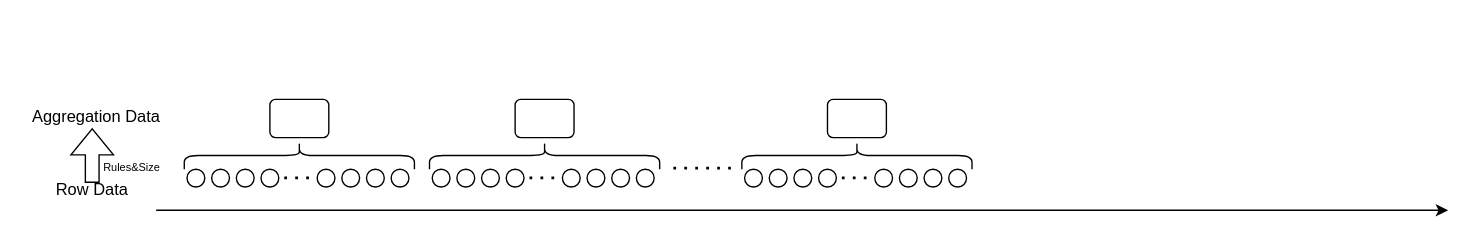
This is 未命名绘图.drawio from LiLiJacky/graphData, a draw.io file, before an edit. Source tidied: cells renumbered, new cells numbered last; positions are measured from the earlier drawing's top-left corner, leaving out a move shared by most shapes. Both pictures are drawn from the tidied source at 137%, with x=0, y=0 at pixel (27, 96).
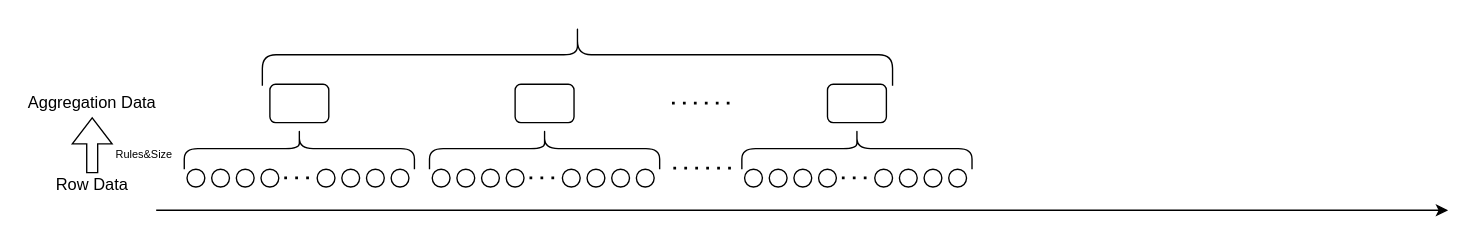
After the change.

What changed in the source:
```diff
@@
     <mxCell id="11" style="shape=curlyBracket;whiteSpace=wrap;html=1;rounded=1;flipH=1;labelPosition=right;verticalLabelPosition=middle;align=left;verticalAlign=middle;flipV=1;direction=north;" parent="1" vertex="1">
-      <mxGeometry x="114" y="33" width="168" height="20" as="geometry" />
+      <mxGeometry x="114" y="23" width="168" height="30" as="geometry" />
     </mxCell>
     <mxCell id="12" style="rounded=1;whiteSpace=wrap;html=1;" parent="1" vertex="1">
-      <mxGeometry x="176.5" y="2" width="43" height="28" as="geometry" />
+      <mxGeometry x="176.5" y="-9" width="43" height="28" as="geometry" />
     </mxCell>
@@
     <mxCell id="23" style="shape=curlyBracket;whiteSpace=wrap;html=1;rounded=1;flipH=1;labelPosition=right;verticalLabelPosition=middle;align=left;verticalAlign=middle;flipV=1;direction=north;" parent="1" vertex="1">
-      <mxGeometry x="293" y="33" width="168" height="20" as="geometry" />
+      <mxGeometry x="293" y="23" width="168" height="30" as="geometry" />
     </mxCell>
     <mxCell id="24" style="rounded=1;whiteSpace=wrap;html=1;" parent="1" vertex="1">
-      <mxGeometry x="355.5" y="2" width="43" height="28" as="geometry" />
+      <mxGeometry x="355.5" y="-9" width="43" height="28" as="geometry" />
     </mxCell>
@@
     <mxCell id="35" style="shape=curlyBracket;whiteSpace=wrap;html=1;rounded=1;flipH=1;labelPosition=right;verticalLabelPosition=middle;align=left;verticalAlign=middle;flipV=1;direction=north;" parent="1" vertex="1">
-      <mxGeometry x="521" y="33" width="168" height="20" as="geometry" />
+      <mxGeometry x="521" y="23" width="168" height="30" as="geometry" />
     </mxCell>
     <mxCell id="36" style="rounded=1;whiteSpace=wrap;html=1;" parent="1" vertex="1">
-      <mxGeometry x="583.5" y="2" width="43" height="28" as="geometry" />
+      <mxGeometry x="583.5" y="-9" width="43" height="28" as="geometry" />
     </mxCell>
     <mxCell id="37" value="Row Data" style="text;html=1;strokeColor=none;fillColor=none;align=center;verticalAlign=middle;whiteSpace=wrap;rounded=0;" parent="1" vertex="1">
-      <mxGeometry x="17" y="53" width="60" height="30" as="geometry" />
+      <mxGeometry x="17" y="50" width="60" height="30" as="geometry" />
     </mxCell>
     <mxCell id="38" value="Aggregation Data" style="text;html=1;strokeColor=none;fillColor=none;align=center;verticalAlign=middle;whiteSpace=wrap;rounded=0;" parent="1" vertex="1">
-      <mxGeometry width="100" height="30" as="geometry" />
+      <mxGeometry x="-3" y="-10" width="100" height="30" as="geometry" />
     </mxCell>
-    <mxCell id="39" style="shape=flexArrow;endArrow=classic;html=1;rounded=0;" parent="1" edge="1">
+    <mxCell id="39" style="shape=flexArrow;endArrow=classic;html=1;rounded=0;width=8;" parent="1" edge="1">
       <mxGeometry relative="1" as="geometry">
-        <mxPoint x="46.8" y="63" as="sourcePoint" />
-        <mxPoint x="46.8" y="23" as="targetPoint" />
+        <mxPoint x="46.8" y="56" as="sourcePoint" />
+        <mxPoint x="46.8" y="15" as="targetPoint" />
       </mxGeometry>
     </mxCell>
     <mxCell id="40" value="&lt;font style=&quot;font-size: 8px;&quot;&gt;Rules&amp;amp;Size&lt;/font&gt;" style="text;html=1;strokeColor=none;fillColor=none;align=center;verticalAlign=middle;whiteSpace=wrap;rounded=0;" parent="1" vertex="1">
-      <mxGeometry x="46" y="36" width="60" height="30" as="geometry" />
+      <mxGeometry x="55" y="26" width="60" height="30" as="geometry" />
     </mxCell>
+    <mxCell id="41" style="shape=curlyBracket;whiteSpace=wrap;html=1;rounded=1;flipH=1;labelPosition=right;verticalLabelPosition=middle;align=left;verticalAlign=middle;flipV=1;direction=north;" parent="1" vertex="1">
+      <mxGeometry x="171" y="-53" width="460" height="45" as="geometry" />
+    </mxCell>
+    <mxCell id="42" style="endArrow=none;dashed=1;html=1;dashPattern=1 3;strokeWidth=2;rounded=0;" parent="1" edge="1">
+      <mxGeometry relative="1" as="geometry">
+        <mxPoint x="470" y="4.7" as="sourcePoint" />
+        <mxPoint x="512" y="4.7" as="targetPoint" />
+      </mxGeometry>
+    </mxCell>
```
